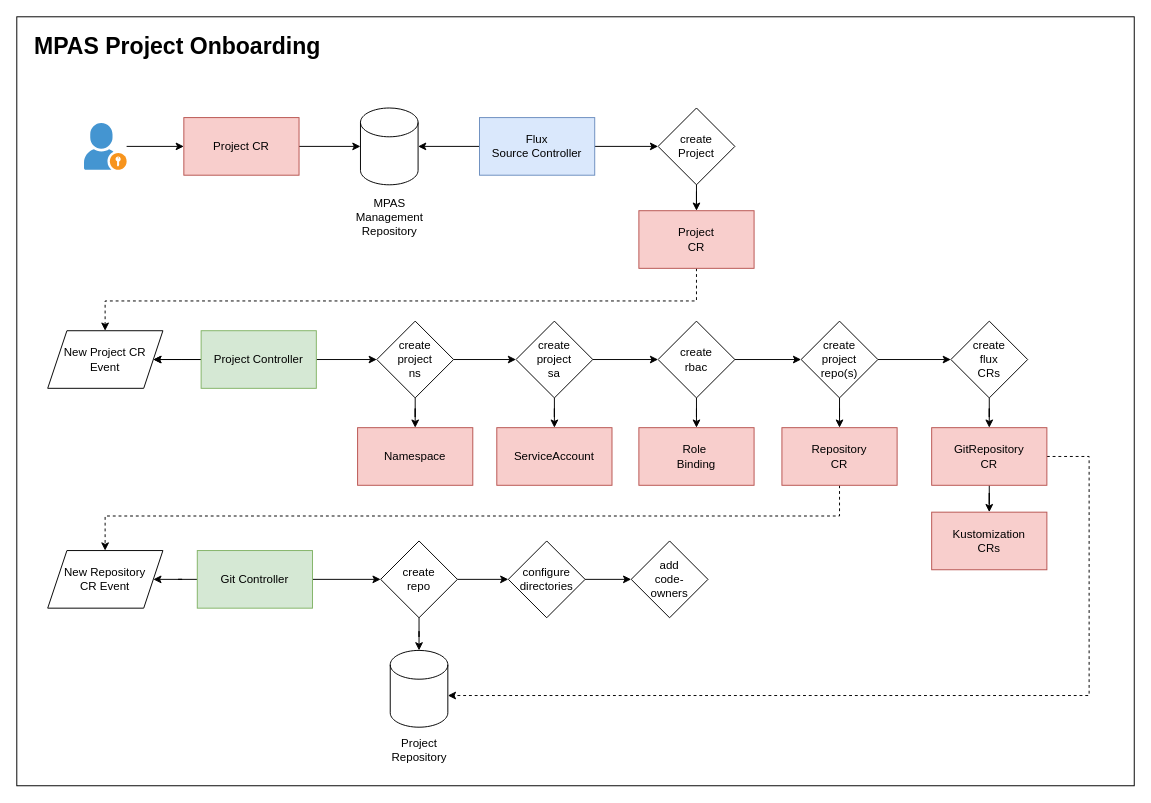
The draw.io diagram page "Project Creation Detail" (2 of 6) of docs/concepts/diagrams/mpas_architecture.drawio in open-component-model/MPAS, before the edit. Source tidied: cells renumbered, new cells numbered last; positions are measured from the earlier drawing's top-left corner, leaving out a move shared by most shapes. Both pictures are drawn from the tidied source at 96%, with x=0, y=0 at pixel (16, 16).
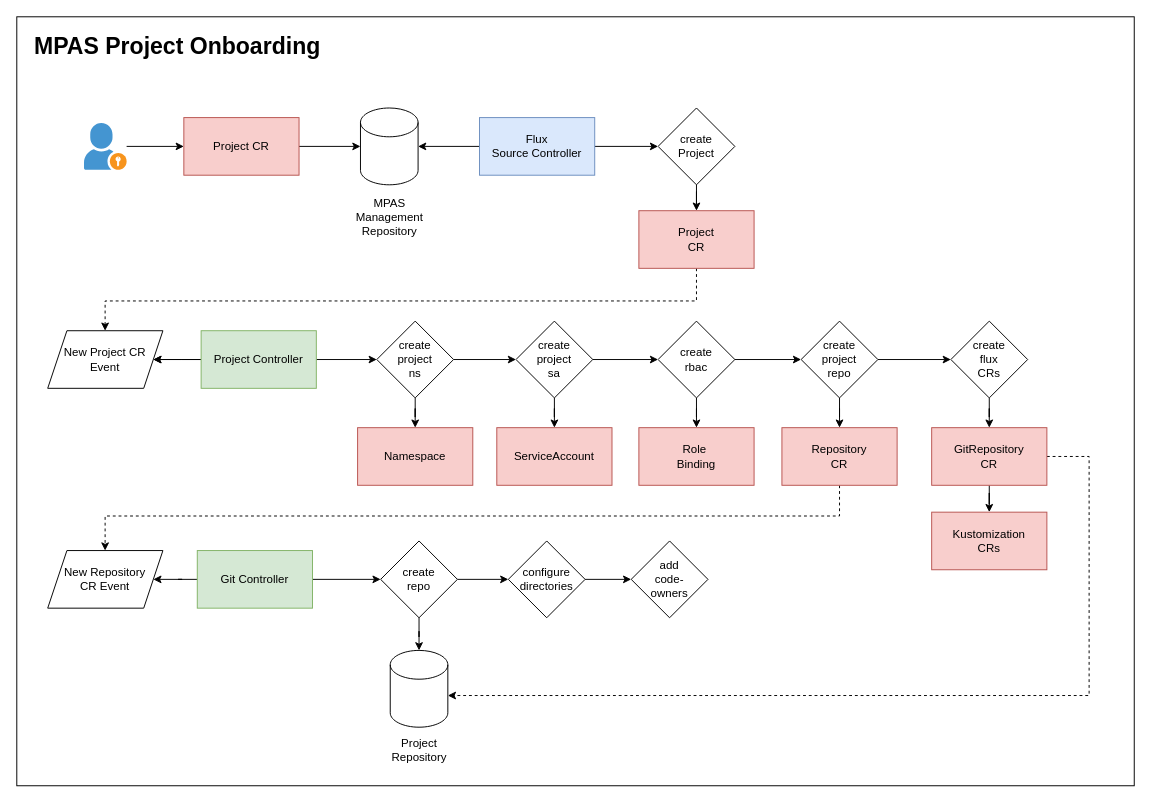
The same diagram, later.

Change to the diagram source:
```diff
@@
-    <mxCell id="38" value="create&lt;br&gt;project&lt;br&gt;repo(s)" style="rhombus;whiteSpace=wrap;html=1;" parent="1" vertex="1">
+    <mxCell id="38" value="create&lt;br&gt;project&lt;br&gt;repo" style="rhombus;whiteSpace=wrap;html=1;" parent="1" vertex="1">
       <mxGeometry x="817" y="317" width="80" height="80" as="geometry" />
     </mxCell>
```
